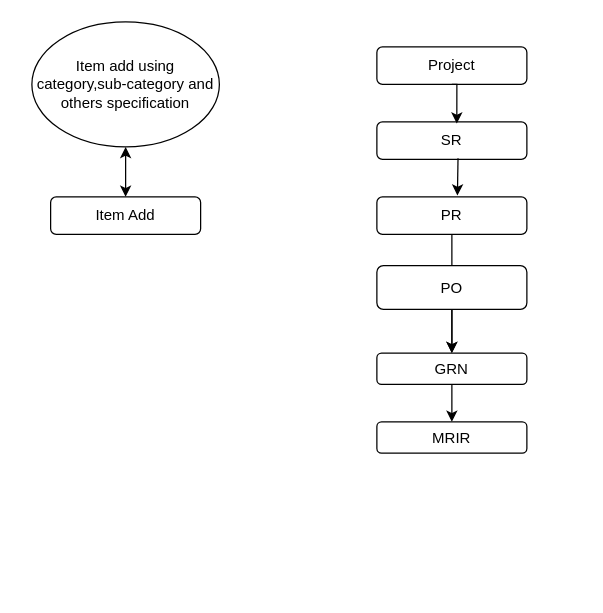
This is Untitled Diagram.drawio from saddamhossainfiroj/isho, a draw.io file, before an edit. Source tidied: cells renumbered, new cells numbered last; positions are measured from the earlier drawing's top-left corner, leaving out a move shared by most shapes. Both pictures are drawn from the tidied source at 125%, with x=0, y=0 at pixel (31, 21).
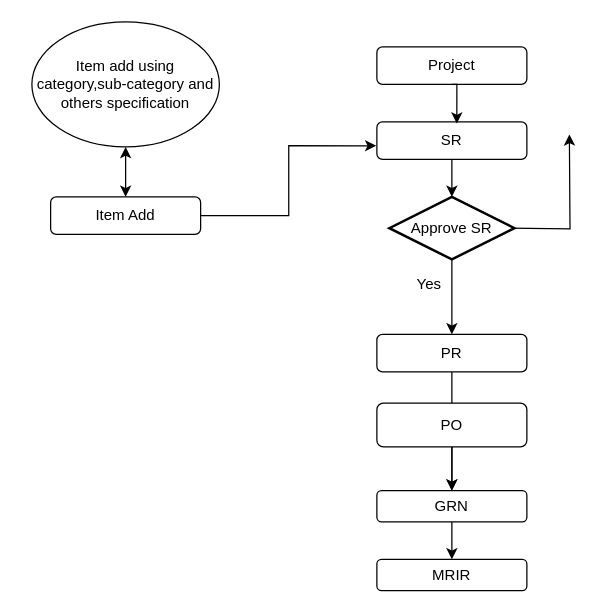
After the change.

Commit message:
construction erp

The change refers to these unchanged cells:
```xml
<mxCell id="2" value="Item Add" style="rounded=1;whiteSpace=wrap;html=1;fontSize=12;glass=0;strokeWidth=1;shadow=0;" parent="1" vertex="1">
  <mxGeometry x="15" y="140" width="120" height="30" as="geometry" />
</mxCell>
<mxCell id="7" value="SR" style="rounded=1;whiteSpace=wrap;html=1;" parent="1" vertex="1">
  <mxGeometry x="276" y="80" width="120" height="30" as="geometry" />
</mxCell>
```

What changed in the source:
```diff
@@
+    <mxCell id="17" style="edgeStyle=orthogonalEdgeStyle;rounded=0;jettySize=auto;html=1;" parent="1" edge="1" source="7" target="21">
+      <mxGeometry relative="1" as="geometry" />
+    </mxCell>
@@
     <mxCell id="9" value="PR" style="rounded=1;whiteSpace=wrap;html=1;" parent="1" vertex="1">
-      <mxGeometry x="276" y="140" width="120" height="30" as="geometry" />
+      <mxGeometry x="276" y="250" width="120" height="30" as="geometry" />
     </mxCell>
@@
     <mxCell id="11" value="PO" style="rounded=1;whiteSpace=wrap;html=1;" parent="1" vertex="1">
-      <mxGeometry x="276" y="195" width="120" height="35" as="geometry" />
+      <mxGeometry x="276" y="305" width="120" height="35" as="geometry" />
     </mxCell>
@@
     <mxCell id="13" value="GRN" style="rounded=1;whiteSpace=wrap;html=1;" parent="1" vertex="1">
-      <mxGeometry x="276" y="265" width="120" height="25" as="geometry" />
+      <mxGeometry x="276" y="375" width="120" height="25" as="geometry" />
     </mxCell>
     <mxCell id="14" value="MRIR" style="rounded=1;whiteSpace=wrap;html=1;" parent="1" vertex="1">
-      <mxGeometry x="276" y="320" width="120" height="25" as="geometry" />
+      <mxGeometry x="276" y="430" width="120" height="25" as="geometry" />
     </mxCell>
@@
-    <mxCell id="16" style="endArrow=classic;html=1;rounded=0;entryX=0.537;entryY=-0.036;entryDx=0;entryDy=0;entryPerimeter=0;exitX=0.541;exitY=0.973;exitDx=0;exitDy=0;exitPerimeter=0;" parent="1" edge="1" source="7" target="9">
-      <mxGeometry relative="1" as="geometry" />
-    </mxCell>
+    <mxCell id="18" style="edgeStyle=orthogonalEdgeStyle;rounded=0;jettySize=auto;html=1;entryX=-0.004;entryY=0.638;entryDx=0;entryDy=0;entryPerimeter=0;" parent="1" edge="1" source="2" target="7">
+      <mxGeometry relative="1" as="geometry" />
+    </mxCell>
+    <mxCell id="19" style="edgeStyle=orthogonalEdgeStyle;rounded=0;jettySize=auto;html=1;" parent="1" edge="1" source="21">
+      <mxGeometry relative="1" as="geometry">
+        <mxPoint x="336" y="250" as="targetPoint" />
+      </mxGeometry>
+    </mxCell>
+    <mxCell id="20" style="edgeStyle=orthogonalEdgeStyle;rounded=0;orthogonalLoop=1;jettySize=auto;html=1;" parent="1" edge="1">
+      <mxGeometry relative="1" as="geometry">
+        <mxPoint x="380" y="165" as="sourcePoint" />
+        <mxPoint x="430" y="90" as="targetPoint" />
+      </mxGeometry>
+    </mxCell>
+    <mxCell id="21" value="Approve SR" style="strokeWidth=2;html=1;shape=mxgraph.flowchart.decision;whiteSpace=wrap;" parent="1" vertex="1">
+      <mxGeometry x="286" y="140" width="100" height="50" as="geometry" />
+    </mxCell>
+    <mxCell id="22" value="Yes" style="text;html=1;strokeColor=none;fillColor=none;align=center;verticalAlign=middle;whiteSpace=wrap;rounded=0;" parent="1" vertex="1">
+      <mxGeometry x="300" y="200" width="36" height="20" as="geometry" />
+    </mxCell>
```
